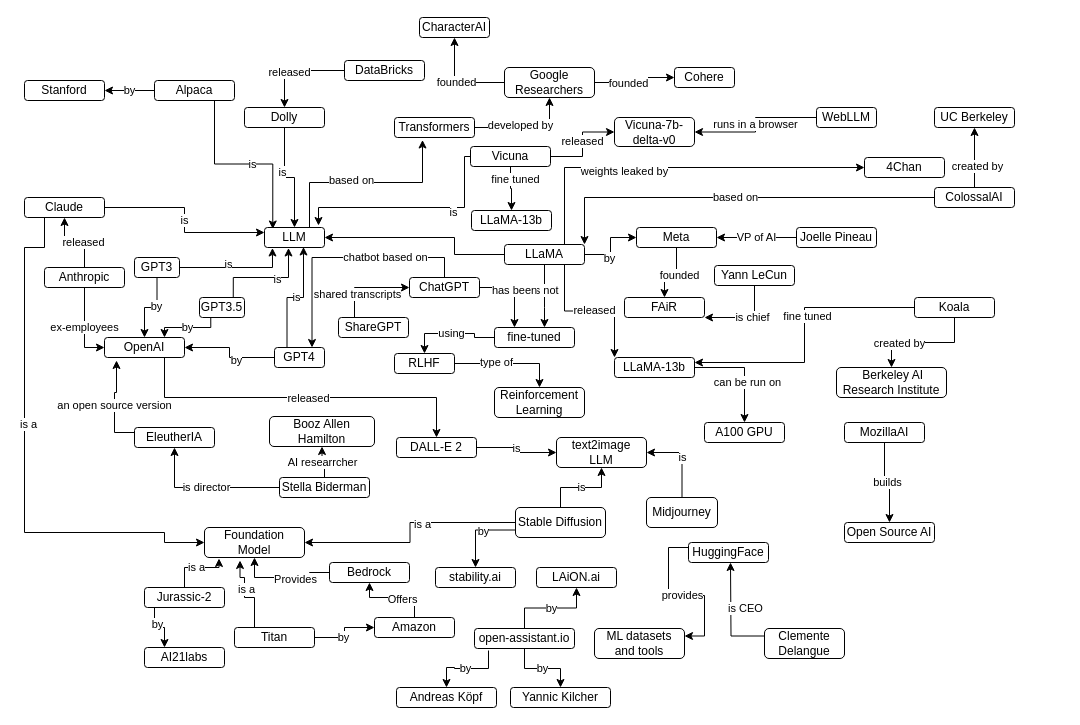
Above: generativeAI.drawio in juananpe/generativeAI (draw.io), before the change. Source tidied: cells renumbered, new cells numbered last; positions are measured from the earlier drawing's top-left corner, leaving out a move shared by most shapes. Both pictures are drawn from the tidied source at 100%, with x=0, y=0 at pixel (24, 17).
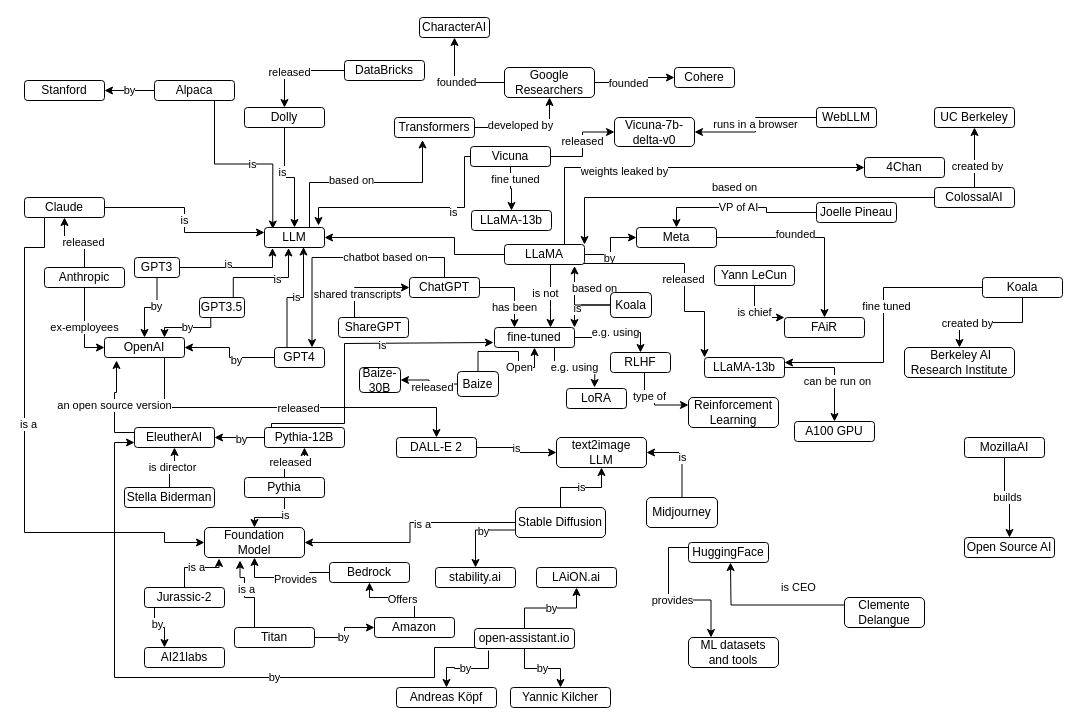
After the change.

Commit message:
added koala, baize, pythia

Unchanged cells that the change refers to:
```xml
<mxCell id="19" value="OpenAI" style="rounded=1;whiteSpace=wrap;html=1;" parent="1" vertex="1">
  <mxGeometry x="80" y="320" width="80" height="20" as="geometry" />
</mxCell>
<mxCell id="22" value="DALL-E 2" style="rounded=1;whiteSpace=wrap;html=1;" parent="1" vertex="1">
  <mxGeometry x="372" y="420" width="80" height="20" as="geometry" />
</mxCell>
<mxCell id="40" value="ColossalAI" style="rounded=1;whiteSpace=wrap;html=1;" parent="1" vertex="1">
  <mxGeometry x="910" y="170" width="80" height="20" as="geometry" />
</mxCell>
<mxCell id="53" value="LLaMA" style="rounded=1;whiteSpace=wrap;html=1;" parent="1" vertex="1">
  <mxGeometry x="480" y="227" width="80" height="20" as="geometry" />
</mxCell>
<mxCell id="65" value="fine-tuned" style="rounded=1;whiteSpace=wrap;html=1;" parent="1" vertex="1">
  <mxGeometry x="470" y="310" width="80" height="20" as="geometry" />
</mxCell>
<mxCell id="94" value="HuggingFace" style="rounded=1;whiteSpace=wrap;html=1;" parent="1" vertex="1">
  <mxGeometry x="664" y="525" width="80" height="20" as="geometry" />
</mxCell>
<mxCell id="123" value="ChatGPT" style="rounded=1;whiteSpace=wrap;html=1;" parent="1" vertex="1">
  <mxGeometry x="385" y="260" width="70" height="20" as="geometry" />
</mxCell>
<mxCell id="135" value="Foundation&lt;br&gt;Model" style="rounded=1;whiteSpace=wrap;html=1;" parent="1" vertex="1">
  <mxGeometry x="180" y="510" width="100" height="30" as="geometry" />
</mxCell>
<mxCell id="157" value="open-assistant.io" style="rounded=1;whiteSpace=wrap;html=1;" parent="1" vertex="1">
  <mxGeometry x="450" y="611" width="100" height="20" as="geometry" />
</mxCell>
```

Diff of the diagram source:
```diff
@@
     <mxCell id="17" style="edgeStyle=orthogonalEdgeStyle;rounded=0;jettySize=auto;html=1;exitX=0.75;exitY=1;exitDx=0;exitDy=0;" parent="1" edge="1" source="19" target="22">
-      <mxGeometry relative="1" as="geometry" />
+      <mxGeometry relative="1" as="geometry">
+        <Array as="points">
+          <mxPoint x="140" y="390" />
+          <mxPoint x="412" y="390" />
+        </Array>
+      </mxGeometry>
     </mxCell>
@@
-    <mxCell id="24" value="EleutherIA" style="rounded=1;whiteSpace=wrap;html=1;" parent="1" vertex="1">
+    <mxCell id="24" value="EleutherAI" style="rounded=1;whiteSpace=wrap;html=1;" parent="1" vertex="1">
       <mxGeometry x="110" y="410" width="80" height="20" as="geometry" />
     </mxCell>
@@
-    <mxCell id="26" style="edgeStyle=orthogonalEdgeStyle;rounded=0;jettySize=auto;html=1;" parent="1" edge="1" source="28" target="104">
-      <mxGeometry relative="1" as="geometry" />
-    </mxCell>
-    <mxCell id="27" value="AI researrcher" style="edgeLabel;html=1;align=center;verticalAlign=middle;" parent="26" vertex="1">
-      <mxGeometry x="0.01" y="3" relative="1" as="geometry">
-        <mxPoint y="1" as="offset" />
-      </mxGeometry>
-    </mxCell>
     <mxCell id="28" value="Stella Biderman" style="rounded=1;whiteSpace=wrap;html=1;" parent="1" vertex="1">
-      <mxGeometry x="255" y="460" width="90" height="20" as="geometry" />
+      <mxGeometry x="100" y="470" width="90" height="20" as="geometry" />
     </mxCell>
@@
     <mxCell id="31" value="&amp;nbsp;Berkeley AI Research Institute" style="rounded=1;whiteSpace=wrap;html=1;" parent="1" vertex="1">
-      <mxGeometry x="812" y="350" width="110" height="30" as="geometry" />
+      <mxGeometry x="880" y="330" width="110" height="30" as="geometry" />
     </mxCell>
@@
     <mxCell id="34" value="Koala" style="rounded=1;whiteSpace=wrap;html=1;" parent="1" vertex="1">
-      <mxGeometry x="890" y="280" width="80" height="20" as="geometry" />
+      <mxGeometry x="958" y="260" width="80" height="20" as="geometry" />
     </mxCell>
@@
     <mxCell id="39" value="based on" style="edgeStyle=orthogonalEdgeStyle;rounded=0;jettySize=auto;html=1;entryX=1;entryY=0;entryDx=0;entryDy=0;" parent="1" edge="1" source="40" target="53">
-      <mxGeometry relative="1" as="geometry" />
+      <mxGeometry x="0.01" y="-10" relative="1" as="geometry" />
     </mxCell>
@@
-    <mxCell id="46" style="edgeStyle=orthogonalEdgeStyle;rounded=0;jettySize=auto;html=1;" parent="1" edge="1" source="53" target="65">
+    <mxCell id="46" style="edgeStyle=orthogonalEdgeStyle;rounded=0;orthogonalLoop=1;jettySize=auto;html=1;" parent="1" edge="1">
       <mxGeometry relative="1" as="geometry">
+        <mxPoint x="526" y="247" as="sourcePoint" />
+        <mxPoint x="526" y="310" as="targetPoint" />
         <Array as="points">
-          <mxPoint x="520" y="290" />
-          <mxPoint x="520" y="290" />
+          <mxPoint x="526" y="290" />
+          <mxPoint x="526" y="290" />
         </Array>
       </mxGeometry>
     </mxCell>
     <mxCell id="47" value="is not" style="edgeLabel;html=1;align=center;verticalAlign=middle;" parent="46" vertex="1">
-      <mxGeometry x="-0.21" relative="1" as="geometry" />
+      <mxGeometry x="-0.21" relative="1" as="geometry">
+        <mxPoint x="-6" y="3" as="offset" />
+      </mxGeometry>
     </mxCell>
-    <mxCell id="48" style="edgeStyle=orthogonalEdgeStyle;rounded=0;jettySize=auto;html=1;exitX=0.75;exitY=1;exitDx=0;exitDy=0;entryX=0;entryY=0;entryDx=0;entryDy=0;" parent="1" edge="1" source="53" target="72">
-      <mxGeometry relative="1" as="geometry" />
+    <mxCell id="48" style="edgeStyle=orthogonalEdgeStyle;rounded=0;jettySize=auto;html=1;exitX=0.925;exitY=0.95;exitDx=0;exitDy=0;entryX=0;entryY=0;entryDx=0;entryDy=0;exitPerimeter=0;" parent="1" edge="1" source="53" target="72">
+      <mxGeometry relative="1" as="geometry">
+        <Array as="points">
+          <mxPoint x="660" y="246" />
+          <mxPoint x="660" y="294" />
+          <mxPoint x="680" y="294" />
+        </Array>
+      </mxGeometry>
     </mxCell>
     <mxCell id="49" value="released" style="edgeLabel;html=1;align=center;verticalAlign=middle;" parent="48" vertex="1">
       <mxGeometry x="0.06" y="2" relative="1" as="geometry">
-        <mxPoint y="1" as="offset" />
+        <mxPoint x="-4" y="4" as="offset" />
       </mxGeometry>
     </mxCell>
@@
     <mxCell id="58" value="Joelle Pineau" style="rounded=1;whiteSpace=wrap;html=1;" parent="1" vertex="1">
-      <mxGeometry x="772" y="210" width="80" height="20" as="geometry" />
+      <mxGeometry x="792" y="185" width="80" height="20" as="geometry" />
     </mxCell>
@@
-    <mxCell id="64" value="using" style="edgeStyle=orthogonalEdgeStyle;rounded=0;jettySize=auto;html=1;entryX=0.5;entryY=0;entryDx=0;entryDy=0;" parent="1" edge="1" source="65" target="126">
+    <mxCell id="64" value="e.g. using" style="edgeStyle=orthogonalEdgeStyle;rounded=0;jettySize=auto;html=1;entryX=0.5;entryY=0;entryDx=0;entryDy=0;" parent="1" edge="1" source="65" target="126">
       <mxGeometry relative="1" as="geometry" />
     </mxCell>
+    <mxCell id="160" value="e.g. using" style="edgeStyle=orthogonalEdgeStyle;rounded=0;jettySize=auto;html=1;exitX=0.75;exitY=1;exitDx=0;exitDy=0;" parent="1" edge="1" source="65">
+      <mxGeometry relative="1" as="geometry">
+        <mxPoint x="570" y="370" as="targetPoint" />
+      </mxGeometry>
+    </mxCell>
@@
     <mxCell id="68" value="FAiR" style="rounded=1;whiteSpace=wrap;html=1;" parent="1" vertex="1">
-      <mxGeometry x="600" y="280" width="80" height="20" as="geometry" />
+      <mxGeometry x="760" y="300" width="80" height="20" as="geometry" />
     </mxCell>
@@
     <mxCell id="72" value="LLaMA-13b" style="rounded=1;whiteSpace=wrap;html=1;" parent="1" vertex="1">
-      <mxGeometry x="590" y="340" width="80" height="20" as="geometry" />
+      <mxGeometry x="680" y="340" width="80" height="20" as="geometry" />
     </mxCell>
     <mxCell id="73" value="A100 GPU" style="rounded=1;whiteSpace=wrap;html=1;" parent="1" vertex="1">
-      <mxGeometry x="680" y="405" width="80" height="20" as="geometry" />
+      <mxGeometry x="770" y="404" width="80" height="20" as="geometry" />
     </mxCell>
@@
-    <mxCell id="93" value="provides" style="edgeStyle=orthogonalEdgeStyle;rounded=0;jettySize=auto;html=1;exitX=0;exitY=0.25;exitDx=0;exitDy=0;entryX=1;entryY=0.25;entryDx=0;entryDy=0;" parent="1" edge="1" source="94" target="102">
+    <mxCell id="93" value="provides" style="edgeStyle=orthogonalEdgeStyle;rounded=0;jettySize=auto;html=1;exitX=0;exitY=0.25;exitDx=0;exitDy=0;entryX=0.25;entryY=0;entryDx=0;entryDy=0;" parent="1" edge="1" source="94" target="102">
       <mxGeometry relative="1" as="geometry" />
     </mxCell>
@@
     <mxCell id="97" value="Clemente&lt;br&gt;Delangue" style="rounded=1;whiteSpace=wrap;html=1;" parent="1" vertex="1">
-      <mxGeometry x="740" y="611" width="80" height="30" as="geometry" />
+      <mxGeometry x="820" y="580" width="80" height="30" as="geometry" />
     </mxCell>
@@
     <mxCell id="101" value="MozillaAI" style="rounded=1;whiteSpace=wrap;html=1;" parent="1" vertex="1">
-      <mxGeometry x="820" y="405" width="80" height="20" as="geometry" />
+      <mxGeometry x="940" y="420" width="80" height="20" as="geometry" />
     </mxCell>
     <mxCell id="102" value="ML datasets and tools" style="rounded=1;whiteSpace=wrap;html=1;" parent="1" vertex="1">
-      <mxGeometry x="570" y="611" width="90" height="30" as="geometry" />
+      <mxGeometry x="664" y="620" width="90" height="30" as="geometry" />
     </mxCell>
     <mxCell id="103" value="Open Source AI" style="rounded=1;whiteSpace=wrap;html=1;" parent="1" vertex="1">
-      <mxGeometry x="820" y="505" width="90" height="20" as="geometry" />
+      <mxGeometry x="940" y="520" width="90" height="20" as="geometry" />
     </mxCell>
-    <mxCell id="104" value="Booz Allen&lt;br&gt;Hamilton" style="rounded=1;whiteSpace=wrap;html=1;" parent="1" vertex="1">
-      <mxGeometry x="245" y="399" width="105" height="30" as="geometry" />
-    </mxCell>
@@
     <mxCell id="120" value="has been" style="edgeStyle=orthogonalEdgeStyle;rounded=0;jettySize=auto;html=1;entryX=0.25;entryY=0;entryDx=0;entryDy=0;" parent="1" edge="1" source="123" target="65">
-      <mxGeometry relative="1" as="geometry" />
+      <mxGeometry x="0.47" relative="1" as="geometry" />
     </mxCell>
@@
-    <mxCell id="124" style="edgeStyle=orthogonalEdgeStyle;rounded=0;jettySize=auto;html=1;entryX=0.5;entryY=0;entryDx=0;entryDy=0;" parent="1" edge="1" source="126" target="127">
-      <mxGeometry relative="1" as="geometry" />
+    <mxCell id="124" style="edgeStyle=orthogonalEdgeStyle;rounded=0;jettySize=auto;html=1;entryX=0;entryY=0.25;entryDx=0;entryDy=0;" parent="1" edge="1" source="126" target="127">
+      <mxGeometry relative="1" as="geometry">
+        <Array as="points">
+          <mxPoint x="620" y="380" />
+          <mxPoint x="630" y="380" />
+          <mxPoint x="630" y="388" />
+        </Array>
+      </mxGeometry>
     </mxCell>
@@
     <mxCell id="126" value="RLHF" style="rounded=1;whiteSpace=wrap;html=1;" parent="1" vertex="1">
-      <mxGeometry x="370" y="336" width="60" height="20" as="geometry" />
+      <mxGeometry x="586" y="335" width="60" height="20" as="geometry" />
     </mxCell>
     <mxCell id="127" value="Reinforcement&lt;br&gt;Learning" style="rounded=1;whiteSpace=wrap;html=1;" parent="1" vertex="1">
-      <mxGeometry x="470" y="370" width="90" height="30" as="geometry" />
+      <mxGeometry x="664" y="380" width="90" height="30" as="geometry" />
     </mxCell>
@@
+    <mxCell id="161" value="by" style="edgeStyle=orthogonalEdgeStyle;rounded=0;jettySize=auto;html=1;entryX=0;entryY=0.75;entryDx=0;entryDy=0;exitX=0;exitY=0.5;exitDx=0;exitDy=0;" parent="1" edge="1" source="157" target="24">
+      <mxGeometry x="-0.27" relative="1" as="geometry">
+        <Array as="points">
+          <mxPoint x="450" y="630" />
+          <mxPoint x="410" y="630" />
+          <mxPoint x="410" y="660" />
+          <mxPoint x="90" y="660" />
+          <mxPoint x="90" y="425" />
+        </Array>
+      </mxGeometry>
+    </mxCell>
@@
+    <mxCell id="162" style="edgeStyle=orthogonalEdgeStyle;rounded=0;jettySize=auto;html=1;" parent="1" edge="1" source="166" target="24">
+      <mxGeometry relative="1" as="geometry" />
+    </mxCell>
+    <mxCell id="163" value="by" style="edgeLabel;html=1;align=center;verticalAlign=middle;" parent="162" vertex="1">
+      <mxGeometry x="-0.04" y="1" relative="1" as="geometry" />
+    </mxCell>
+    <mxCell id="164" style="edgeStyle=orthogonalEdgeStyle;rounded=0;orthogonalLoop=1;jettySize=auto;html=1;entryX=0;entryY=0.75;entryDx=0;entryDy=0;" parent="1" edge="1">
+      <mxGeometry relative="1" as="geometry">
+        <mxPoint x="247" y="416" as="sourcePoint" />
+        <mxPoint x="469" y="325" as="targetPoint" />
+        <Array as="points">
+          <mxPoint x="247" y="406" />
+          <mxPoint x="320" y="406" />
+          <mxPoint x="320" y="326" />
+        </Array>
+      </mxGeometry>
+    </mxCell>
+    <mxCell id="165" value="is" style="edgeLabel;html=1;align=center;verticalAlign=middle;" parent="164" vertex="1">
+      <mxGeometry x="0.28" y="-1" relative="1" as="geometry">
+        <mxPoint y="1" as="offset" />
+      </mxGeometry>
+    </mxCell>
+    <mxCell id="166" value="Pythia-12B" style="rounded=1;whiteSpace=wrap;html=1;" parent="1" vertex="1">
+      <mxGeometry x="240" y="410" width="80" height="20" as="geometry" />
+    </mxCell>
+    <mxCell id="167" value="Open" style="edgeStyle=orthogonalEdgeStyle;rounded=0;jettySize=auto;html=1;entryX=0.5;entryY=1;entryDx=0;entryDy=0;" parent="1" edge="1" source="170" target="65">
+      <mxGeometry x="0.37" relative="1" as="geometry" />
+    </mxCell>
+    <mxCell id="168" style="edgeStyle=orthogonalEdgeStyle;rounded=0;jettySize=auto;html=1;" parent="1" edge="1" source="170" target="172">
+      <mxGeometry relative="1" as="geometry" />
+    </mxCell>
+    <mxCell id="169" value="released" style="edgeLabel;html=1;align=center;verticalAlign=middle;" parent="168" vertex="1">
+      <mxGeometry x="-0.15" y="3" relative="1" as="geometry" />
+    </mxCell>
+    <mxCell id="170" value="Baize" style="rounded=1;whiteSpace=wrap;html=1;" parent="1" vertex="1">
+      <mxGeometry x="433" y="354" width="41" height="25" as="geometry" />
+    </mxCell>
+    <mxCell id="171" value="LoRA" style="rounded=1;whiteSpace=wrap;html=1;" parent="1" vertex="1">
+      <mxGeometry x="542" y="371" width="60" height="20" as="geometry" />
+    </mxCell>
+    <mxCell id="172" value="Baize-30B" style="rounded=1;whiteSpace=wrap;html=1;" parent="1" vertex="1">
+      <mxGeometry x="335" y="350" width="41" height="25" as="geometry" />
+    </mxCell>
+    <mxCell id="173" style="edgeStyle=orthogonalEdgeStyle;rounded=0;jettySize=auto;html=1;" parent="1" edge="1" source="177" target="135">
+      <mxGeometry relative="1" as="geometry" />
+    </mxCell>
+    <mxCell id="174" value="is" style="edgeLabel;html=1;align=center;verticalAlign=middle;" parent="173" vertex="1">
+      <mxGeometry x="-0.45" relative="1" as="geometry" />
+    </mxCell>
+    <mxCell id="175" style="edgeStyle=orthogonalEdgeStyle;rounded=0;jettySize=auto;html=1;" parent="1" edge="1" source="177" target="166">
+      <mxGeometry relative="1" as="geometry" />
+    </mxCell>
+    <mxCell id="176" value="released" style="edgeLabel;html=1;align=center;verticalAlign=middle;" parent="175" vertex="1">
+      <mxGeometry y="1" relative="1" as="geometry">
+        <mxPoint y="5" as="offset" />
+      </mxGeometry>
+    </mxCell>
+    <mxCell id="177" value="Pythia" style="rounded=1;whiteSpace=wrap;html=1;" parent="1" vertex="1">
+      <mxGeometry x="220" y="460" width="80" height="20" as="geometry" />
+    </mxCell>
+    <mxCell id="178" style="edgeStyle=orthogonalEdgeStyle;rounded=0;jettySize=auto;html=1;entryX=1;entryY=0;entryDx=0;entryDy=0;" parent="1" edge="1" source="181" target="65">
+      <mxGeometry relative="1" as="geometry" />
+    </mxCell>
+    <mxCell id="179" value="is" style="edgeLabel;html=1;align=center;verticalAlign=middle;" parent="178" vertex="1">
+      <mxGeometry x="0.32" y="2" relative="1" as="geometry" />
+    </mxCell>
+    <mxCell id="180" value="based on" style="edgeStyle=orthogonalEdgeStyle;rounded=0;jettySize=auto;html=1;entryX=0.875;entryY=1.075;entryDx=0;entryDy=0;entryPerimeter=0;" parent="1" edge="1" source="181" target="53">
+      <mxGeometry x="-0.57" y="-17" relative="1" as="geometry" />
+    </mxCell>
+    <mxCell id="181" value="Koala" style="rounded=1;whiteSpace=wrap;html=1;" parent="1" vertex="1">
+      <mxGeometry x="586" y="275" width="41" height="25" as="geometry" />
+    </mxCell>
```
